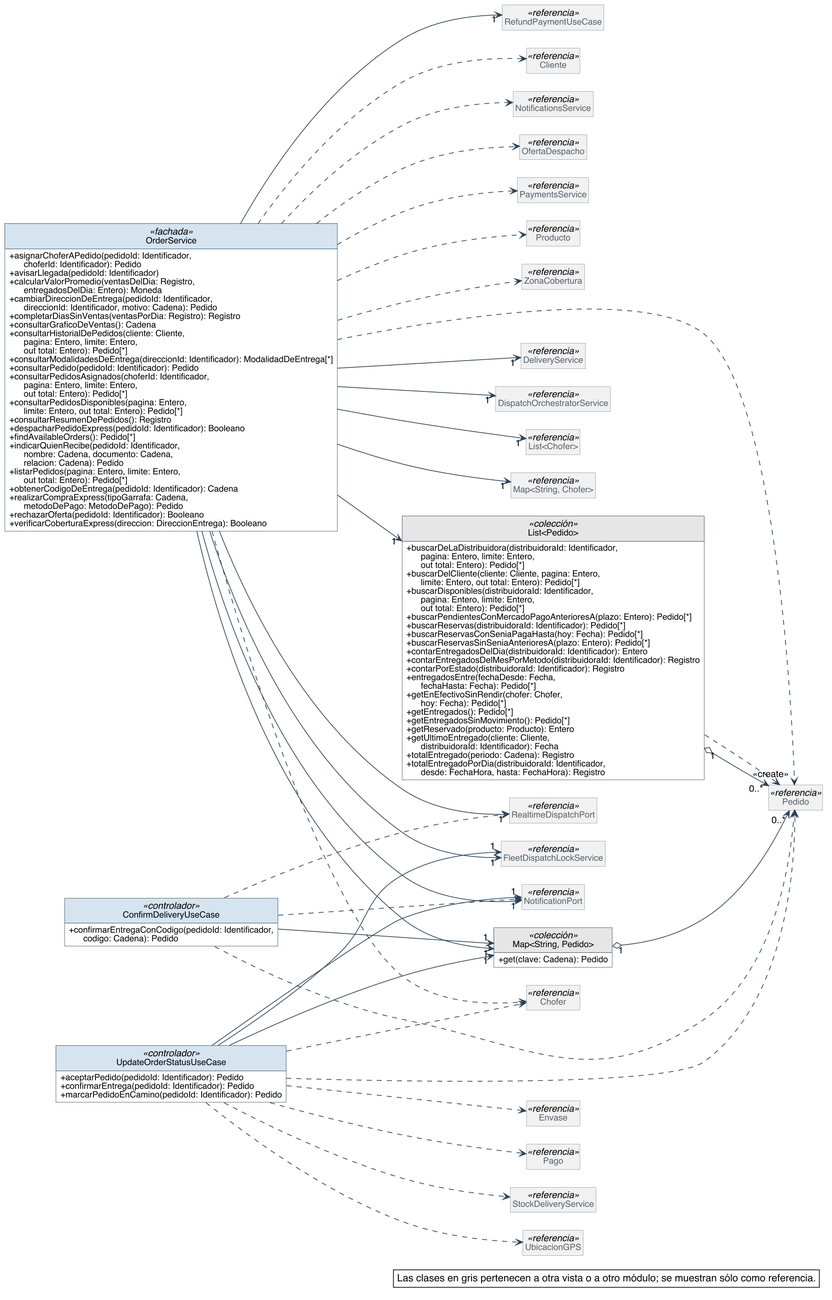
This is diagramas/clases-diseno/DC_Mod_Pedidos-estado.png from Nahuelito-Dev/splg-docs, a PlantUML export, as it was before one commit.
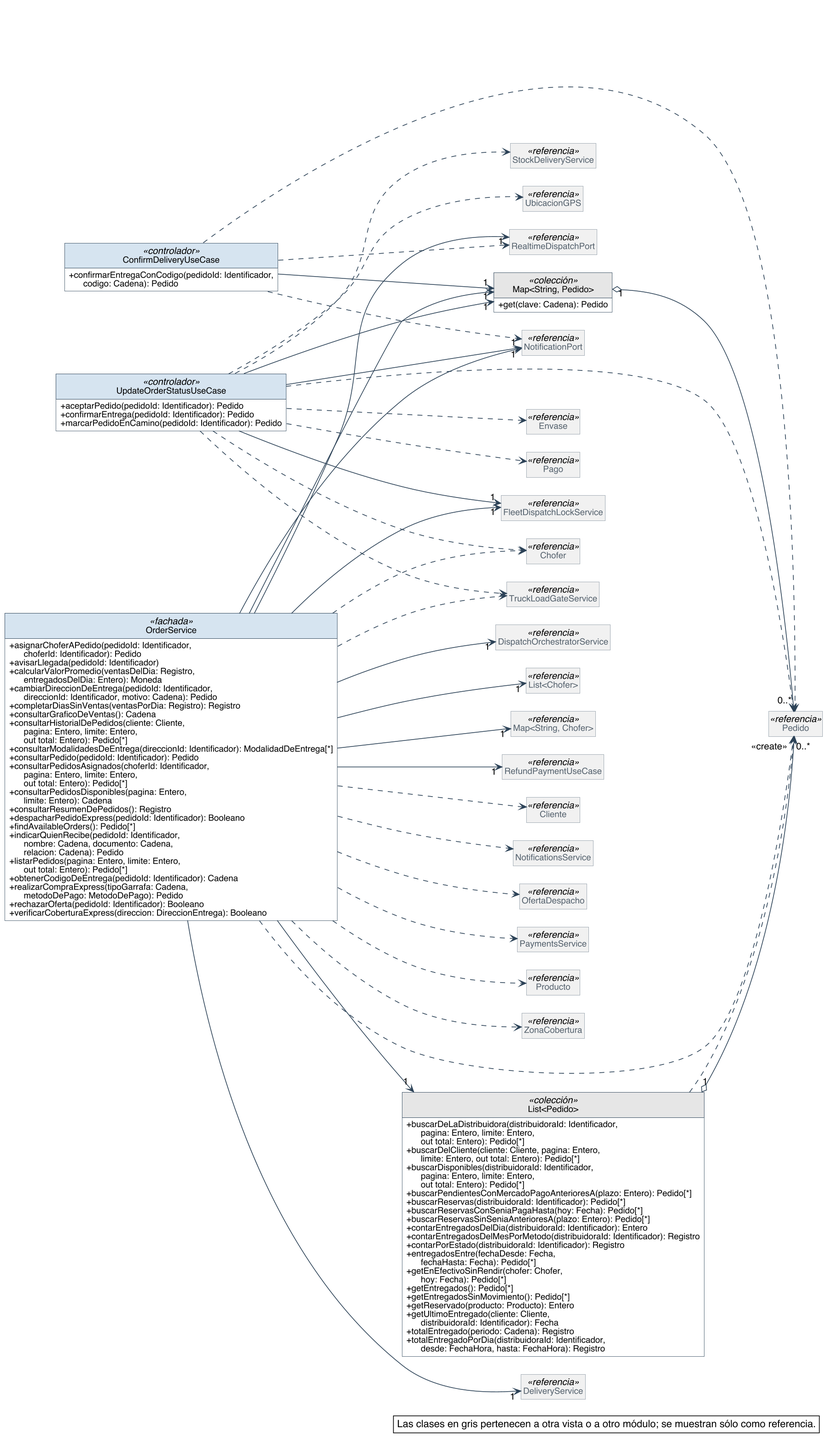
After the change.

Change to the diagram source:
```diff
@@ -71,7 +71,7 @@
   + consultarModalidadesDeEntrega(direccionId: Identificador): ModalidadDeEntrega[*]
   + consultarPedido(pedidoId: Identificador): Pedido
   + consultarPedidosAsignados(choferId: Identificador,\n      pagina: Entero, limite: Entero,\n      out total: Entero): Pedido[*]
-  + consultarPedidosDisponibles(pagina: Entero,\n      limite: Entero, out total: Entero): Pedido[*]
+  + consultarPedidosDisponibles(pagina: Entero,\n      limite: Entero): Cadena
   + consultarResumenDePedidos(): Registro
   + despacharPedidoExpress(pedidoId: Identificador): Booleano
   + findAvailableOrders(): Pedido[*]
@@ -128,6 +128,7 @@
 class OfertaDespacho <<referencia>>
 class PaymentsService <<referencia>>
 class Producto <<referencia>>
+class TruckLoadGateService <<referencia>>
 class ZonaCobertura <<referencia>>
 class Envase <<referencia>>
 class Pago <<referencia>>
@@ -161,12 +162,14 @@
 OrderService ..> PaymentsService
 OrderService ..> "<<create>>" Pedido
 OrderService ..> Producto
+OrderService ..> TruckLoadGateService
 OrderService ..> ZonaCobertura
 UpdateOrderStatusUseCase ..> Chofer
 UpdateOrderStatusUseCase ..> Envase
 UpdateOrderStatusUseCase ..> Pago
 UpdateOrderStatusUseCase ..> Pedido
 UpdateOrderStatusUseCase ..> StockDeliveryService
+UpdateOrderStatusUseCase ..> TruckLoadGateService
 UpdateOrderStatusUseCase ..> UbicacionGPS
 
 legend bottom right
```
